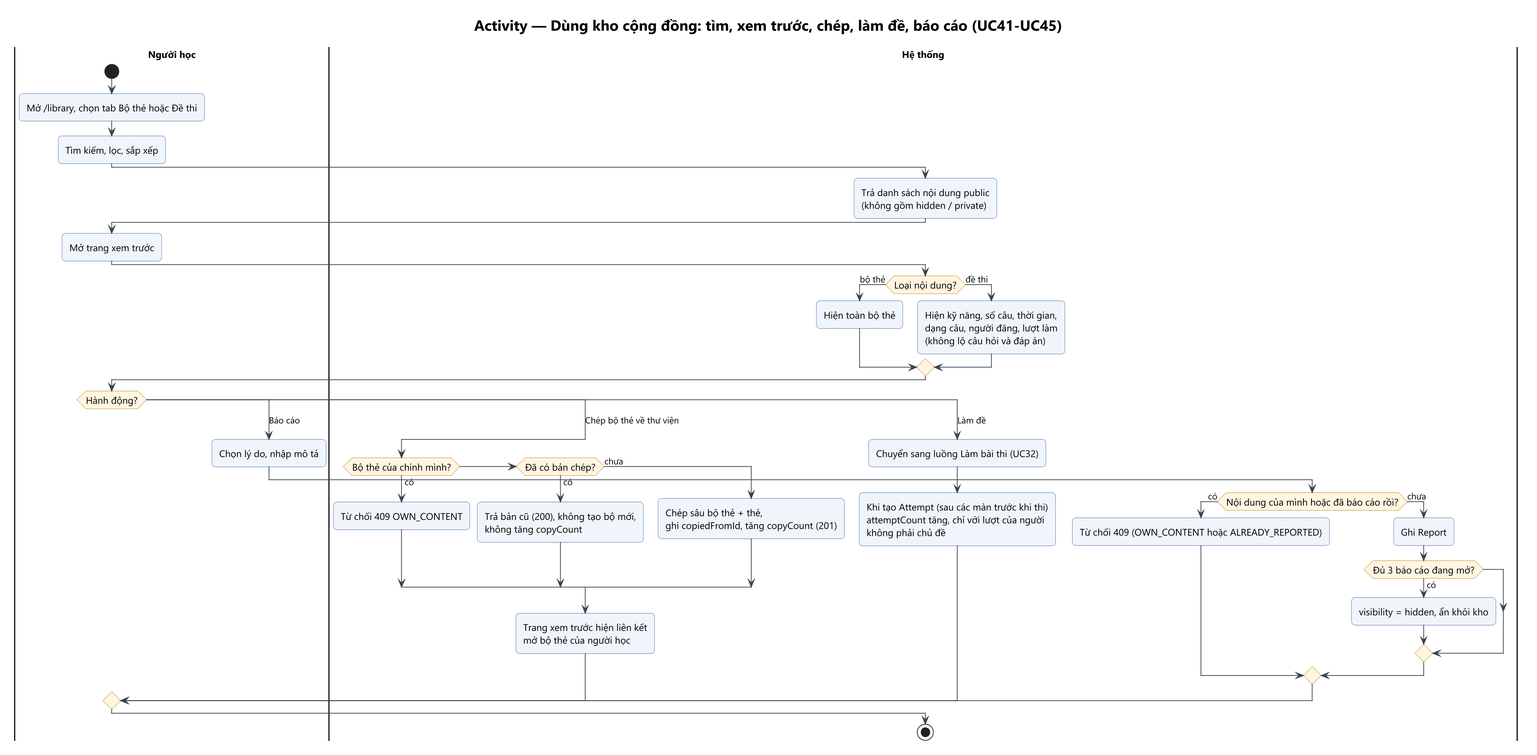
Earlier version of the PlantUML export Analysis_Design/03_Activity/act-08-dung-kho.png (Ac-2836/WebDev-FinalProject-LinMaster).
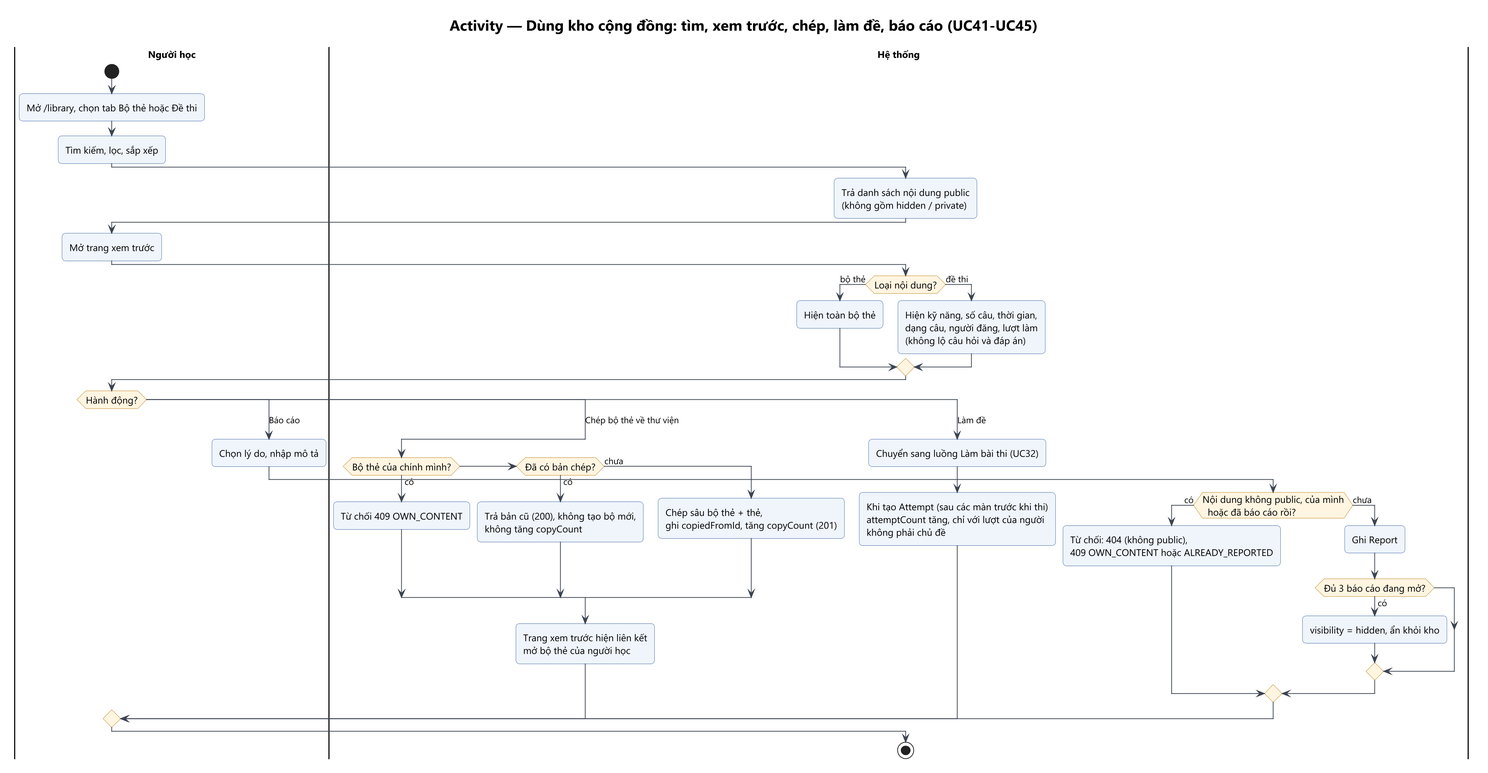
After the commit.

The edit, as a diff of the source:
```diff
@@ -43,8 +43,10 @@
   |Người học|
   :Chọn lý do, nhập mô tả;
   |Hệ thống|
-  if (Nội dung của mình hoặc đã báo cáo rồi?) then (có)
-    :Từ chối 409 (OWN_CONTENT hoặc ALREADY_REPORTED);
+  if (Nội dung không public, của mình
+  hoặc đã báo cáo rồi?) then (có)
+    :Từ chối: 404 (không public),
+    409 OWN_CONTENT hoặc ALREADY_REPORTED;
   else (chưa)
     :Ghi Report;
     if (Đủ 3 báo cáo đang mở?) then (có)
```
